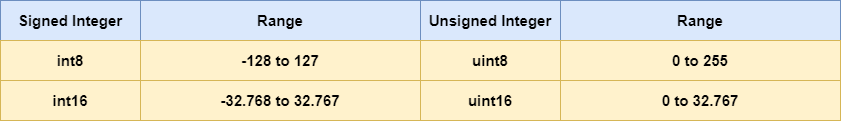
Before: ebooks/assets/Types-Signed-Unsigned-Integer.png, a diagram exported from draw.io (gungunfebrianza/Belajar-Dengan-Jenius-Tokenomics). Source tidied: cells renumbered, new cells last; positions are measured from the earlier drawing's top-left corner, leaving out a move shared by most shapes. Source of this version:
```xml
<mxGraphModel>
  <root>
    <mxCell id="0" />
    <mxCell id="1" parent="0" />
    <mxCell id="2" style="group;" parent="1" vertex="1">
      <mxGeometry width="840" height="120" as="geometry" />
    </mxCell>
    <mxCell id="3" value="&lt;span style=&quot;font-size: 15px&quot;&gt;&lt;b&gt;Signed Integer&lt;br&gt;&lt;/b&gt;&lt;/span&gt;" style="rounded=0;whiteSpace=wrap;html=1;fillColor=#dae8fc;strokeColor=#6c8ebf;" parent="2" vertex="1">
      <mxGeometry width="140" height="40" as="geometry" />
    </mxCell>
    <mxCell id="4" value="&lt;span style=&quot;font-size: 15px&quot;&gt;&lt;b&gt;int8&lt;br&gt;&lt;/b&gt;&lt;/span&gt;" style="rounded=0;whiteSpace=wrap;html=1;fillColor=#fff2cc;strokeColor=#d6b656;" parent="2" vertex="1">
      <mxGeometry y="40" width="140" height="40" as="geometry" />
    </mxCell>
    <mxCell id="5" value="&lt;span style=&quot;font-size: 15px&quot;&gt;&lt;b&gt;Range&lt;br&gt;&lt;/b&gt;&lt;/span&gt;" style="rounded=0;whiteSpace=wrap;html=1;fillColor=#dae8fc;strokeColor=#6c8ebf;" parent="2" vertex="1">
      <mxGeometry x="140" width="280" height="40" as="geometry" />
    </mxCell>
    <mxCell id="6" value="&lt;span style=&quot;font-size: 15px&quot;&gt;&lt;b&gt;Unsigned Integer&lt;br&gt;&lt;/b&gt;&lt;/span&gt;" style="rounded=0;whiteSpace=wrap;html=1;fillColor=#dae8fc;strokeColor=#6c8ebf;" parent="2" vertex="1">
      <mxGeometry x="420" width="140" height="40" as="geometry" />
    </mxCell>
    <mxCell id="7" value="&lt;span style=&quot;font-size: 15px&quot;&gt;&lt;b&gt;uint8&lt;br&gt;&lt;/b&gt;&lt;/span&gt;" style="rounded=0;whiteSpace=wrap;html=1;fillColor=#fff2cc;strokeColor=#d6b656;" parent="2" vertex="1">
      <mxGeometry x="420" y="40" width="140" height="40" as="geometry" />
    </mxCell>
    <mxCell id="8" value="&lt;span style=&quot;font-size: 15px&quot;&gt;&lt;b&gt;Range&lt;br&gt;&lt;/b&gt;&lt;/span&gt;" style="rounded=0;whiteSpace=wrap;html=1;fillColor=#dae8fc;strokeColor=#6c8ebf;" parent="2" vertex="1">
      <mxGeometry x="560" width="280" height="40" as="geometry" />
    </mxCell>
    <mxCell id="9" value="&lt;span style=&quot;font-size: 15px&quot;&gt;&lt;b&gt;-128 to 127&lt;br&gt;&lt;/b&gt;&lt;/span&gt;" style="rounded=0;whiteSpace=wrap;html=1;fillColor=#fff2cc;strokeColor=#d6b656;" parent="2" vertex="1">
      <mxGeometry x="140" y="40" width="280" height="40" as="geometry" />
    </mxCell>
    <mxCell id="10" value="&lt;span style=&quot;font-size: 15px&quot;&gt;&lt;b&gt;0 to 255&lt;br&gt;&lt;/b&gt;&lt;/span&gt;" style="rounded=0;whiteSpace=wrap;html=1;fillColor=#fff2cc;strokeColor=#d6b656;" parent="2" vertex="1">
      <mxGeometry x="560" y="40" width="280" height="40" as="geometry" />
    </mxCell>
    <mxCell id="11" value="&lt;span style=&quot;font-size: 15px&quot;&gt;&lt;b&gt;int16&lt;br&gt;&lt;/b&gt;&lt;/span&gt;" style="rounded=0;whiteSpace=wrap;html=1;fillColor=#fff2cc;strokeColor=#d6b656;" parent="2" vertex="1">
      <mxGeometry y="80" width="140" height="40" as="geometry" />
    </mxCell>
    <mxCell id="12" value="&lt;span style=&quot;font-size: 15px&quot;&gt;&lt;b&gt;-32.768 to 32.767&lt;br&gt;&lt;/b&gt;&lt;/span&gt;" style="rounded=0;whiteSpace=wrap;html=1;fillColor=#fff2cc;strokeColor=#d6b656;" parent="2" vertex="1">
      <mxGeometry x="140" y="80" width="280" height="40" as="geometry" />
    </mxCell>
    <mxCell id="13" value="&lt;span style=&quot;font-size: 15px&quot;&gt;&lt;b&gt;uint16&lt;br&gt;&lt;/b&gt;&lt;/span&gt;" style="rounded=0;whiteSpace=wrap;html=1;fillColor=#fff2cc;strokeColor=#d6b656;" parent="2" vertex="1">
      <mxGeometry x="420" y="80" width="140" height="40" as="geometry" />
    </mxCell>
    <mxCell id="14" value="&lt;span style=&quot;font-size: 15px&quot;&gt;&lt;b&gt;0 to 32.767&lt;br&gt;&lt;/b&gt;&lt;/span&gt;" style="rounded=0;whiteSpace=wrap;html=1;fillColor=#fff2cc;strokeColor=#d6b656;" parent="2" vertex="1">
      <mxGeometry x="560" y="80" width="280" height="40" as="geometry" />
    </mxCell>
  </root>
</mxGraphModel>
```
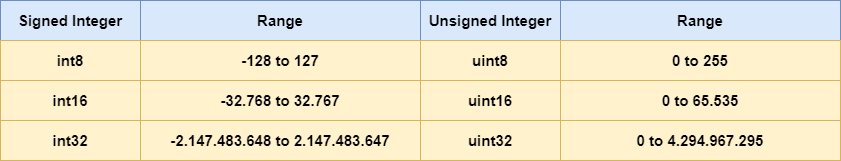
The same file after the commit.

Diff of the diagram source:
```diff
@@ -38,8 +38,20 @@
     <mxCell id="13" value="&lt;span style=&quot;font-size: 15px&quot;&gt;&lt;b&gt;uint16&lt;br&gt;&lt;/b&gt;&lt;/span&gt;" style="rounded=0;whiteSpace=wrap;html=1;fillColor=#fff2cc;strokeColor=#d6b656;" parent="2" vertex="1">
       <mxGeometry x="420" y="80" width="140" height="40" as="geometry" />
     </mxCell>
-    <mxCell id="14" value="&lt;span style=&quot;font-size: 15px&quot;&gt;&lt;b&gt;0 to 32.767&lt;br&gt;&lt;/b&gt;&lt;/span&gt;" style="rounded=0;whiteSpace=wrap;html=1;fillColor=#fff2cc;strokeColor=#d6b656;" parent="2" vertex="1">
-      <mxGeometry x="560" y="80" width="280" height="40" as="geometry" />
-    </mxCell>
+    <mxCell id="15" value="&lt;b style=&quot;font-size: 15px&quot;&gt;0 to 65.535&lt;/b&gt;&lt;span style=&quot;font-size: 15px&quot;&gt;&lt;b&gt;&lt;br&gt;&lt;/b&gt;&lt;/span&gt;" style="rounded=0;whiteSpace=wrap;html=1;fillColor=#fff2cc;strokeColor=#d6b656;" parent="2" vertex="1">
+      <mxGeometry x="560" y="80" width="280" height="40" as="geometry" />
+    </mxCell>
+    <mxCell id="16" value="&lt;span style=&quot;font-size: 15px&quot;&gt;&lt;b&gt;int32&lt;br&gt;&lt;/b&gt;&lt;/span&gt;" style="rounded=0;whiteSpace=wrap;html=1;fillColor=#fff2cc;strokeColor=#d6b656;" parent="1" vertex="1">
+      <mxGeometry y="120" width="140" height="40" as="geometry" />
+    </mxCell>
+    <mxCell id="17" value="&lt;span style=&quot;font-size: 15px&quot;&gt;&lt;b&gt;-&lt;/b&gt;&lt;/span&gt;&lt;b style=&quot;font-size: 15px&quot;&gt;2.147.483.648&lt;/b&gt;&lt;span style=&quot;font-size: 15px&quot;&gt;&lt;b&gt;&amp;nbsp;to 2.147.483.647&lt;br&gt;&lt;/b&gt;&lt;/span&gt;" style="rounded=0;whiteSpace=wrap;html=1;fillColor=#fff2cc;strokeColor=#d6b656;" parent="1" vertex="1">
+      <mxGeometry x="140" y="120" width="280" height="40" as="geometry" />
+    </mxCell>
+    <mxCell id="18" value="&lt;span style=&quot;font-size: 15px&quot;&gt;&lt;b&gt;uint32&lt;br&gt;&lt;/b&gt;&lt;/span&gt;" style="rounded=0;whiteSpace=wrap;html=1;fillColor=#fff2cc;strokeColor=#d6b656;" parent="1" vertex="1">
+      <mxGeometry x="420" y="120" width="140" height="40" as="geometry" />
+    </mxCell>
+    <mxCell id="19" value="&lt;b style=&quot;font-size: 15px&quot;&gt;0 to 4.294.967.295&lt;/b&gt;&lt;span style=&quot;font-size: 15px&quot;&gt;&lt;b&gt;&lt;br&gt;&lt;/b&gt;&lt;/span&gt;" style="rounded=0;whiteSpace=wrap;html=1;fillColor=#fff2cc;strokeColor=#d6b656;" parent="1" vertex="1">
+      <mxGeometry x="560" y="120" width="280" height="40" as="geometry" />
+    </mxCell>
   </root>
 </mxGraphModel>
```
